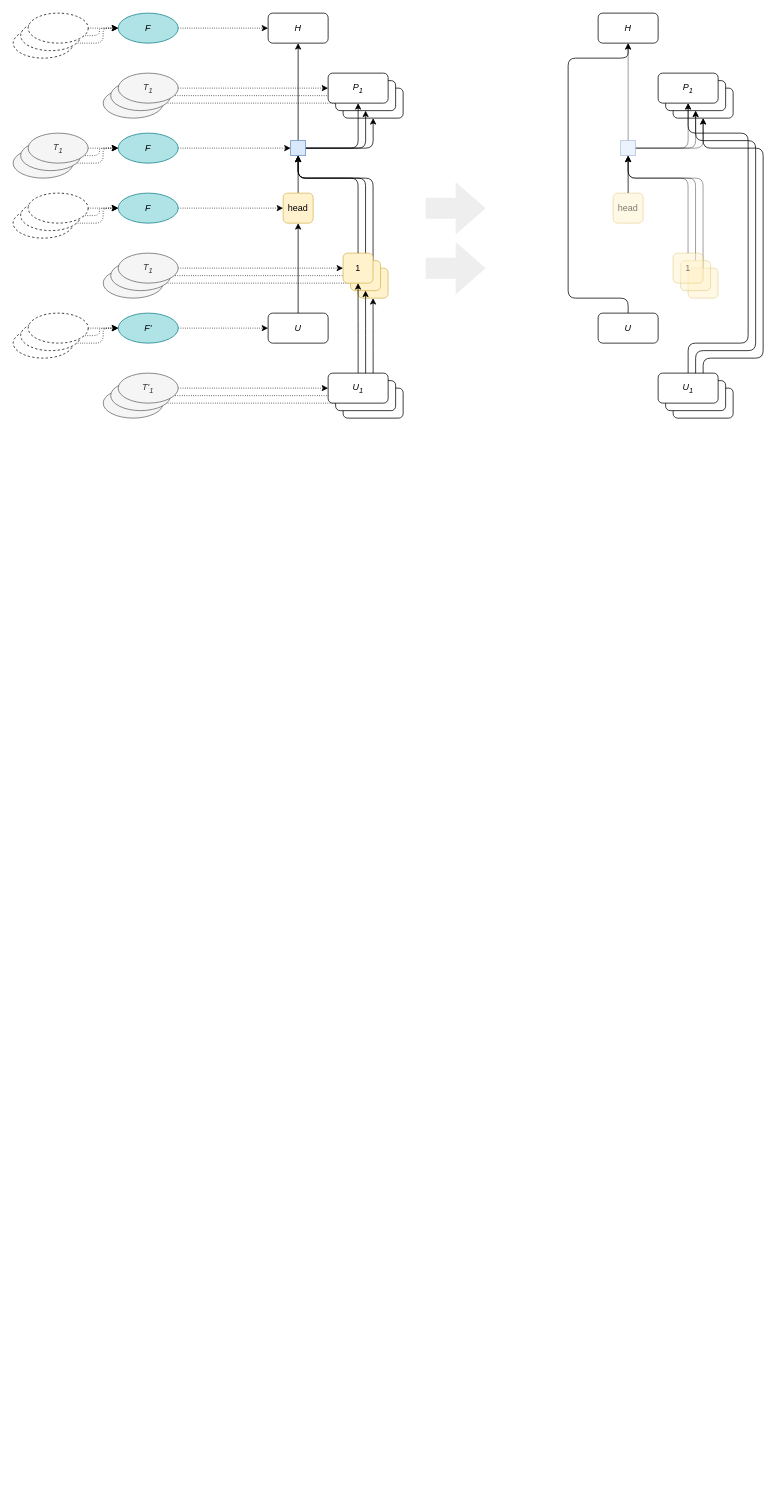
This is page "Join Elimination" (4 of 6) of rewrite-rules.drawio from rbt-lang/diagrams, a draw.io file, before an edit. Source tidied: cells renumbered, new cells numbered last; positions are measured from the earlier drawing's top-left corner, leaving out a move shared by most shapes. Both pictures are drawn from the tidied source at 75%, with x=0, y=0 at pixel (13, 13).
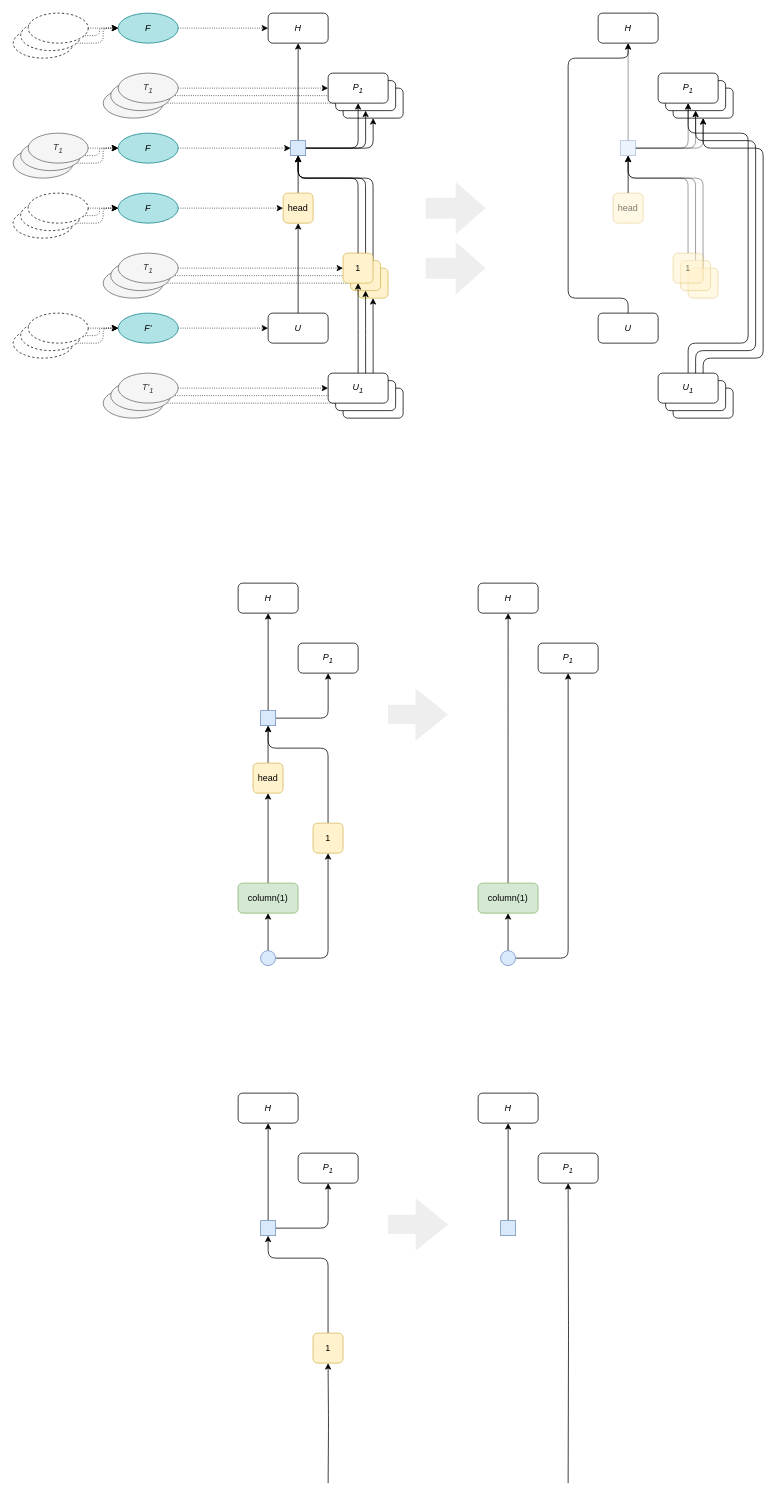
The same page after the edit.

What changed in the source:
```diff
@@
+    <mxCell id="104" value="&lt;i&gt;H&lt;/i&gt;" style="rounded=1;whiteSpace=wrap;html=1;" parent="1" vertex="1">
+      <mxGeometry x="300" y="760" width="80" height="40" as="geometry" />
+    </mxCell>
+    <mxCell id="105" value="&lt;i&gt;P&lt;sub&gt;1&lt;/sub&gt;&lt;/i&gt;" style="rounded=1;whiteSpace=wrap;html=1;" parent="1" vertex="1">
+      <mxGeometry x="380" y="840" width="80" height="40" as="geometry" />
+    </mxCell>
+    <mxCell id="106" style="edgeStyle=orthogonalEdgeStyle;rounded=1;jettySize=auto;html=1;entryX=0.5;entryY=1;entryDx=0;entryDy=0;startArrow=none;startFill=0;" parent="1" edge="1" source="108" target="104">
+      <mxGeometry relative="1" as="geometry" />
+    </mxCell>
+    <mxCell id="107" style="edgeStyle=orthogonalEdgeStyle;rounded=1;jettySize=auto;html=1;entryX=0.5;entryY=1;entryDx=0;entryDy=0;startArrow=none;startFill=0;" parent="1" edge="1" source="108" target="105">
+      <mxGeometry relative="1" as="geometry" />
+    </mxCell>
+    <mxCell id="108" style="rounded=0;whiteSpace=wrap;html=1;fillColor=#dae8fc;strokeColor=#6c8ebf;" parent="1" vertex="1">
+      <mxGeometry x="330" y="930" width="20" height="20" as="geometry" />
+    </mxCell>
+    <mxCell id="109" style="edgeStyle=orthogonalEdgeStyle;rounded=1;jettySize=auto;html=1;entryX=0.5;entryY=1;entryDx=0;entryDy=0;startArrow=none;startFill=0;" parent="1" edge="1" source="110" target="108">
+      <mxGeometry relative="1" as="geometry" />
+    </mxCell>
+    <mxCell id="110" value="head" style="rounded=1;whiteSpace=wrap;html=1;fillColor=#fff2cc;strokeColor=#d6b656;" parent="1" vertex="1">
+      <mxGeometry x="319.9" y="1000" width="40" height="40" as="geometry" />
+    </mxCell>
+    <mxCell id="111" style="edgeStyle=orthogonalEdgeStyle;rounded=1;jettySize=auto;html=1;startArrow=none;startFill=0;entryX=0.5;entryY=1;entryDx=0;entryDy=0;" parent="1" edge="1" source="112" target="108">
+      <mxGeometry relative="1" as="geometry">
+        <Array as="points">
+          <mxPoint x="420" y="980" />
+          <mxPoint x="340" y="980" />
+        </Array>
+      </mxGeometry>
+    </mxCell>
+    <mxCell id="112" value="1" style="rounded=1;whiteSpace=wrap;html=1;fillColor=#fff2cc;strokeColor=#d6b656;" parent="1" vertex="1">
+      <mxGeometry x="399.9" y="1080" width="40" height="40" as="geometry" />
+    </mxCell>
+    <mxCell id="113" style="edgeStyle=orthogonalEdgeStyle;rounded=1;jettySize=auto;html=1;entryX=0.5;entryY=1;entryDx=0;entryDy=0;" parent="1" edge="1" source="114" target="110">
+      <mxGeometry relative="1" as="geometry" />
+    </mxCell>
+    <mxCell id="114" value="column(1)" style="rounded=1;whiteSpace=wrap;html=1;fillColor=#d5e8d4;strokeColor=#82b366;" parent="1" vertex="1">
+      <mxGeometry x="299.9" y="1160" width="80" height="40" as="geometry" />
+    </mxCell>
+    <mxCell id="115" style="edgeStyle=orthogonalEdgeStyle;rounded=1;jettySize=auto;html=1;entryX=0.5;entryY=1;entryDx=0;entryDy=0;" parent="1" edge="1" source="117" target="114">
+      <mxGeometry relative="1" as="geometry" />
+    </mxCell>
+    <mxCell id="116" style="edgeStyle=orthogonalEdgeStyle;rounded=1;jettySize=auto;html=1;entryX=0.5;entryY=1;entryDx=0;entryDy=0;" parent="1" edge="1" source="117" target="112">
+      <mxGeometry relative="1" as="geometry" />
+    </mxCell>
+    <mxCell id="117" style="ellipse;whiteSpace=wrap;html=1;rounded=1;shadow=0;glass=0;sketch=0;align=left;fillColor=#dae8fc;strokeColor=#6c8ebf;" parent="1" vertex="1">
+      <mxGeometry x="329.9" y="1250" width="20" height="20" as="geometry" />
+    </mxCell>
+    <mxCell id="118" style="html=1;shadow=0;dashed=0;align=center;verticalAlign=middle;shape=mxgraph.arrows2.arrow;dy=0.63;dx=43.33;notch=0;fillColor=#eeeeee;strokeColor=none;" parent="1" vertex="1">
+      <mxGeometry x="499.9" y="900" width="80" height="70" as="geometry" />
+    </mxCell>
+    <mxCell id="119" value="&lt;i&gt;H&lt;/i&gt;" style="rounded=1;whiteSpace=wrap;html=1;" parent="1" vertex="1">
+      <mxGeometry x="620" y="760" width="80" height="40" as="geometry" />
+    </mxCell>
+    <mxCell id="120" value="&lt;i&gt;P&lt;sub&gt;1&lt;/sub&gt;&lt;/i&gt;" style="rounded=1;whiteSpace=wrap;html=1;" parent="1" vertex="1">
+      <mxGeometry x="700" y="840" width="80" height="40" as="geometry" />
+    </mxCell>
+    <mxCell id="121" style="edgeStyle=orthogonalEdgeStyle;rounded=1;jettySize=auto;html=1;entryX=0.5;entryY=1;entryDx=0;entryDy=0;" parent="1" edge="1" source="122" target="119">
+      <mxGeometry relative="1" as="geometry" />
+    </mxCell>
+    <mxCell id="122" value="column(1)" style="rounded=1;whiteSpace=wrap;html=1;fillColor=#d5e8d4;strokeColor=#82b366;" parent="1" vertex="1">
+      <mxGeometry x="619.9" y="1160" width="80" height="40" as="geometry" />
+    </mxCell>
+    <mxCell id="123" style="edgeStyle=orthogonalEdgeStyle;rounded=1;jettySize=auto;html=1;entryX=0.5;entryY=1;entryDx=0;entryDy=0;" parent="1" edge="1" source="125" target="122">
+      <mxGeometry relative="1" as="geometry" />
+    </mxCell>
+    <mxCell id="124" style="edgeStyle=orthogonalEdgeStyle;rounded=1;jettySize=auto;html=1;entryX=0.5;entryY=1;entryDx=0;entryDy=0;" parent="1" edge="1" source="125" target="120">
+      <mxGeometry relative="1" as="geometry" />
+    </mxCell>
+    <mxCell id="125" style="ellipse;whiteSpace=wrap;html=1;rounded=1;shadow=0;glass=0;sketch=0;align=left;fillColor=#dae8fc;strokeColor=#6c8ebf;" parent="1" vertex="1">
+      <mxGeometry x="649.9" y="1250" width="20" height="20" as="geometry" />
+    </mxCell>
+    <mxCell id="126" value="&lt;i&gt;H&lt;/i&gt;" style="rounded=1;whiteSpace=wrap;html=1;" parent="1" vertex="1">
+      <mxGeometry x="300" y="1440" width="80" height="40" as="geometry" />
+    </mxCell>
+    <mxCell id="127" value="&lt;i&gt;P&lt;sub&gt;1&lt;/sub&gt;&lt;/i&gt;" style="rounded=1;whiteSpace=wrap;html=1;" parent="1" vertex="1">
+      <mxGeometry x="380" y="1520" width="80" height="40" as="geometry" />
+    </mxCell>
+    <mxCell id="128" style="edgeStyle=orthogonalEdgeStyle;rounded=1;jettySize=auto;html=1;entryX=0.5;entryY=1;entryDx=0;entryDy=0;startArrow=none;startFill=0;" parent="1" edge="1" source="130" target="126">
+      <mxGeometry relative="1" as="geometry" />
+    </mxCell>
+    <mxCell id="129" style="edgeStyle=orthogonalEdgeStyle;rounded=1;jettySize=auto;html=1;entryX=0.5;entryY=1;entryDx=0;entryDy=0;startArrow=none;startFill=0;" parent="1" edge="1" source="130" target="127">
+      <mxGeometry relative="1" as="geometry" />
+    </mxCell>
+    <mxCell id="130" style="rounded=0;whiteSpace=wrap;html=1;fillColor=#dae8fc;strokeColor=#6c8ebf;" parent="1" vertex="1">
+      <mxGeometry x="330" y="1610" width="20" height="20" as="geometry" />
+    </mxCell>
+    <mxCell id="131" style="edgeStyle=orthogonalEdgeStyle;rounded=1;jettySize=auto;html=1;startArrow=none;startFill=0;entryX=0.5;entryY=1;entryDx=0;entryDy=0;" parent="1" edge="1" source="132" target="130">
+      <mxGeometry relative="1" as="geometry">
+        <Array as="points">
+          <mxPoint x="420" y="1660" />
+          <mxPoint x="340" y="1660" />
+        </Array>
+      </mxGeometry>
+    </mxCell>
+    <mxCell id="132" value="1" style="rounded=1;whiteSpace=wrap;html=1;fillColor=#fff2cc;strokeColor=#d6b656;" parent="1" vertex="1">
+      <mxGeometry x="399.9" y="1760" width="40" height="40" as="geometry" />
+    </mxCell>
+    <mxCell id="133" style="edgeStyle=orthogonalEdgeStyle;rounded=1;jettySize=auto;html=1;entryX=0.5;entryY=1;entryDx=0;entryDy=0;" parent="1" edge="1" target="132">
+      <mxGeometry relative="1" as="geometry">
+        <mxPoint x="420" y="1960" as="sourcePoint" />
+      </mxGeometry>
+    </mxCell>
+    <mxCell id="134" style="html=1;shadow=0;dashed=0;align=center;verticalAlign=middle;shape=mxgraph.arrows2.arrow;dy=0.63;dx=43.33;notch=0;fillColor=#eeeeee;strokeColor=none;" parent="1" vertex="1">
+      <mxGeometry x="500" y="1580" width="80" height="70" as="geometry" />
+    </mxCell>
+    <mxCell id="135" value="&lt;i&gt;H&lt;/i&gt;" style="rounded=1;whiteSpace=wrap;html=1;" parent="1" vertex="1">
+      <mxGeometry x="620" y="1440" width="80" height="40" as="geometry" />
+    </mxCell>
+    <mxCell id="136" value="&lt;i&gt;P&lt;sub&gt;1&lt;/sub&gt;&lt;/i&gt;" style="rounded=1;whiteSpace=wrap;html=1;" parent="1" vertex="1">
+      <mxGeometry x="700" y="1520" width="80" height="40" as="geometry" />
+    </mxCell>
+    <mxCell id="137" style="edgeStyle=orthogonalEdgeStyle;rounded=1;jettySize=auto;html=1;entryX=0.5;entryY=1;entryDx=0;entryDy=0;startArrow=none;startFill=0;" parent="1" edge="1" source="138" target="135">
+      <mxGeometry relative="1" as="geometry" />
+    </mxCell>
+    <mxCell id="138" style="rounded=0;whiteSpace=wrap;html=1;fillColor=#dae8fc;strokeColor=#6c8ebf;" parent="1" vertex="1">
+      <mxGeometry x="650" y="1610" width="20" height="20" as="geometry" />
+    </mxCell>
+    <mxCell id="139" style="edgeStyle=orthogonalEdgeStyle;rounded=1;jettySize=auto;html=1;entryX=0.5;entryY=1;entryDx=0;entryDy=0;" parent="1" edge="1" target="136">
+      <mxGeometry relative="1" as="geometry">
+        <mxPoint x="740" y="1960" as="sourcePoint" />
+      </mxGeometry>
+    </mxCell>
```
